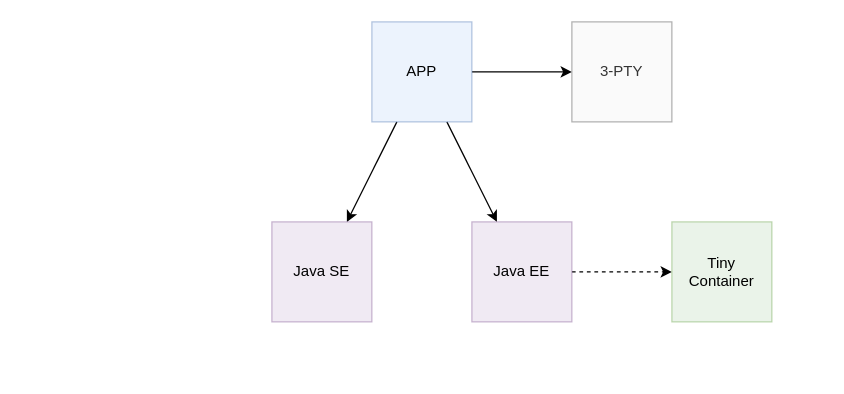
js-lib-com/tiny-container keeps this draw.io diagram as page "App Dependencies" (2 of 13) of docs/diagram/container.drawio. Above is the earlier version. Source tidied: cells renumbered, new cells numbered last; positions are measured from the earlier drawing's top-left corner, leaving out a move shared by most shapes. Both pictures are drawn from the tidied source at 125%, with x=0, y=0 at pixel (271, 21).
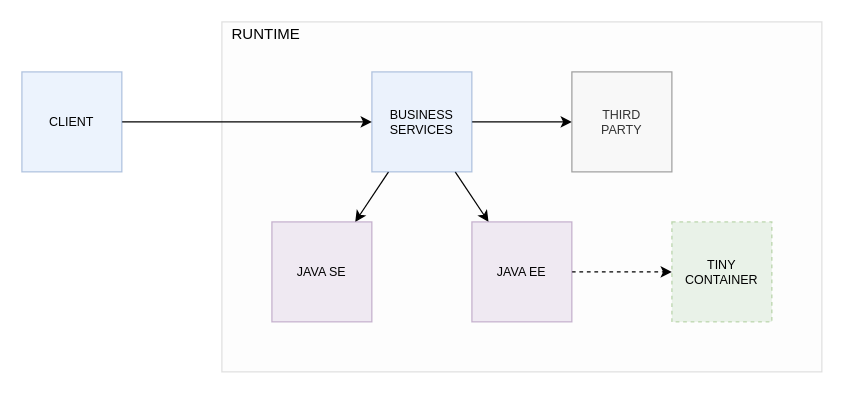
Above is the later version.

Diff of the diagram source:
```diff
@@
 <mxGraphModel>
   <root>
     <mxCell id="0" />
     <mxCell id="1" parent="0" />
+    <mxCell id="11" style="rounded=0;whiteSpace=wrap;html=1;fontSize=10;opacity=20;fillColor=#f5f5f5;strokeColor=#666666;fontColor=#333333;" parent="1" vertex="1">
+      <mxGeometry x="-40" width="480" height="280" as="geometry" />
+    </mxCell>
     <mxCell id="2" style="rounded=0;jettySize=auto;html=1;fontSize=11;" parent="1" edge="1" source="5" target="6">
       <mxGeometry relative="1" as="geometry" />
     </mxCell>
     <mxCell id="3" style="edgeStyle=none;rounded=0;jettySize=auto;html=1;fontSize=11;" parent="1" edge="1" source="5" target="8">
       <mxGeometry relative="1" as="geometry" />
     </mxCell>
     <mxCell id="4" style="edgeStyle=none;rounded=0;jettySize=auto;html=1;fontSize=11;" parent="1" edge="1" source="5" target="10">
       <mxGeometry relative="1" as="geometry" />
     </mxCell>
-    <mxCell id="5" value="APP" style="whiteSpace=wrap;html=1;fontSize=12;fillColor=#dae8fc;strokeColor=#6c8ebf;opacity=50;" parent="1" vertex="1">
-      <mxGeometry x="80" width="80" height="80" as="geometry" />
+    <mxCell id="5" value="BUSINESS&lt;br style=&quot;font-size: 10px;&quot;&gt;SERVICES" style="whiteSpace=wrap;html=1;fontSize=10;fillColor=#dae8fc;strokeColor=#6c8ebf;opacity=50;" parent="1" vertex="1">
+      <mxGeometry x="80" y="40" width="80" height="80" as="geometry" />
     </mxCell>
-    <mxCell id="6" value="Java SE" style="whiteSpace=wrap;html=1;fontSize=12;fillColor=#e1d5e7;strokeColor=#9673a6;opacity=50;" parent="1" vertex="1">
+    <mxCell id="6" value="JAVA SE" style="whiteSpace=wrap;html=1;fontSize=10;fillColor=#e1d5e7;strokeColor=#9673a6;opacity=50;" parent="1" vertex="1">
       <mxGeometry y="160" width="80" height="80" as="geometry" />
     </mxCell>
     <mxCell id="7" style="edgeStyle=none;rounded=0;jettySize=auto;html=1;dashed=1;fontSize=11;" parent="1" edge="1" source="8" target="9">
       <mxGeometry relative="1" as="geometry" />
     </mxCell>
-    <mxCell id="8" value="Java EE" style="whiteSpace=wrap;html=1;fontSize=12;fillColor=#e1d5e7;strokeColor=#9673a6;opacity=50;" parent="1" vertex="1">
+    <mxCell id="8" value="JAVA EE" style="whiteSpace=wrap;html=1;fontSize=10;fillColor=#e1d5e7;strokeColor=#9673a6;opacity=50;" parent="1" vertex="1">
       <mxGeometry x="160" y="160" width="80" height="80" as="geometry" />
     </mxCell>
-    <mxCell id="9" value="Tiny&lt;br style=&quot;font-size: 12px;&quot;&gt;Container" style="whiteSpace=wrap;html=1;fontSize=12;fillColor=#d5e8d4;strokeColor=#82b366;opacity=50;" parent="1" vertex="1">
+    <mxCell id="9" value="TINY&lt;br style=&quot;font-size: 10px;&quot;&gt;CONTAINER" style="whiteSpace=wrap;html=1;fontSize=10;fillColor=#d5e8d4;strokeColor=#82b366;opacity=50;dashed=1;" parent="1" vertex="1">
       <mxGeometry x="320" y="160" width="80" height="80" as="geometry" />
     </mxCell>
-    <mxCell id="10" value="3-PTY" style="whiteSpace=wrap;html=1;fontSize=12;fillColor=#f5f5f5;strokeColor=#666666;fontColor=#333333;opacity=50;" parent="1" vertex="1">
-      <mxGeometry x="240" width="80" height="80" as="geometry" />
+    <mxCell id="10" value="THIRD&lt;br&gt;PARTY" style="whiteSpace=wrap;html=1;fontSize=10;fillColor=#f5f5f5;strokeColor=#666666;fontColor=#333333;opacity=60;" parent="1" vertex="1">
+      <mxGeometry x="240" y="40" width="80" height="80" as="geometry" />
     </mxCell>
+    <mxCell id="12" style="edgeStyle=none;rounded=0;jettySize=auto;html=1;fontSize=12;" parent="1" edge="1" source="13" target="5">
+      <mxGeometry relative="1" as="geometry" />
+    </mxCell>
+    <mxCell id="13" value="CLIENT" style="whiteSpace=wrap;html=1;fontSize=10;opacity=50;fillColor=#dae8fc;strokeColor=#6c8ebf;" parent="1" vertex="1">
+      <mxGeometry x="-200" y="40" width="80" height="80" as="geometry" />
+    </mxCell>
+    <mxCell id="14" value="RUNTIME" style="text;html=1;align=center;verticalAlign=middle;strokeColor=none;fillColor=none;fontSize=12;" parent="1" vertex="1">
+      <mxGeometry x="-40" width="70" height="20" as="geometry" />
+    </mxCell>
   </root>
 </mxGraphModel>
```
